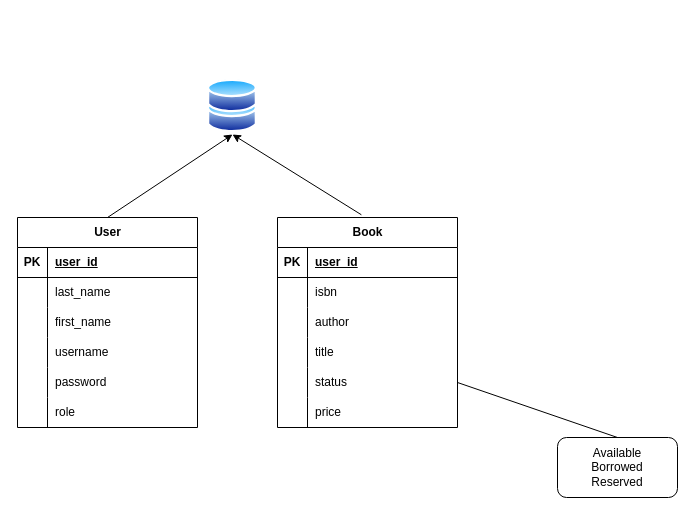
Before: library_system/librarysystemrevised.drawio in ellerib/AP3, a draw.io diagram. Source tidied: cells renumbered, new cells numbered last; positions are measured from the earlier drawing's top-left corner, leaving out a move shared by most shapes. Both pictures are drawn from the tidied source at 100%, with x=0, y=0 at pixel (17, 77).
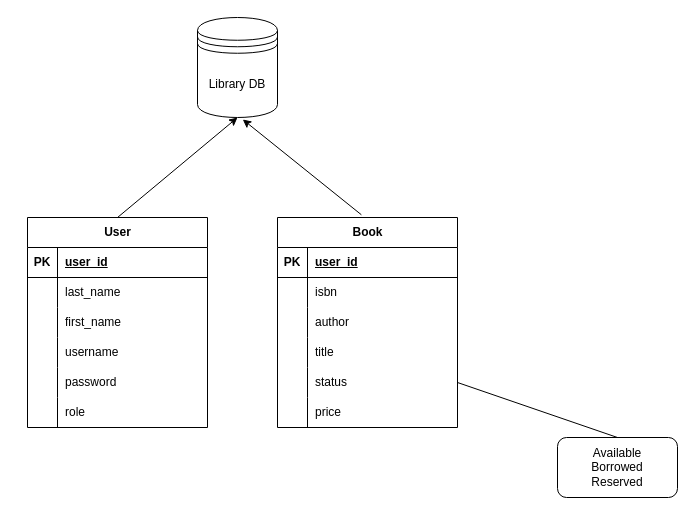
The same page after the edit.

The change refers to these unchanged cells:
```xml
<mxCell id="21" value="Book" style="shape=table;startSize=30;childLayout=tableLayout;rowLines=0;fontStyle=1;align=center;html=1;" parent="1" vertex="1">
  <mxGeometry x="260" y="140" width="180" height="210" as="geometry" />
</mxCell>
```

Diff of the diagram source:
```diff
@@
     <mxCell id="2" value="User" style="shape=table;startSize=30;childLayout=tableLayout;rowLines=0;fontStyle=1;align=center;html=1;" parent="1" vertex="1">
-      <mxGeometry y="140" width="180" height="210" as="geometry" />
+      <mxGeometry x="10" y="140" width="180" height="210" as="geometry" />
     </mxCell>
@@
-    <mxCell id="42" style="endArrow=classic;html=1;rounded=0;exitX=0.5;exitY=0;exitDx=0;exitDy=0;entryX=0.5;entryY=1;entryDx=0;entryDy=0;" parent="1" edge="1" source="2" target="44">
+    <mxCell id="42" style="endArrow=classic;html=1;rounded=0;exitX=0.5;exitY=0;exitDx=0;exitDy=0;entryX=0.5;entryY=1;entryDx=0;entryDy=0;" parent="1" edge="1" source="2" target="46">
       <mxGeometry relative="1" as="geometry" />
     </mxCell>
-    <mxCell id="43" style="endArrow=classic;html=1;rounded=0;exitX=0.466;exitY=-0.013;exitDx=0;exitDy=0;exitPerimeter=0;entryX=0.5;entryY=1;entryDx=0;entryDy=0;" parent="1" edge="1" source="21" target="44">
+    <mxCell id="43" style="endArrow=classic;html=1;rounded=0;exitX=0.466;exitY=-0.013;exitDx=0;exitDy=0;exitPerimeter=0;entryX=0.566;entryY=1.02;entryDx=0;entryDy=0;entryPerimeter=0;" parent="1" edge="1" source="21" target="46">
       <mxGeometry relative="1" as="geometry" />
     </mxCell>
-    <mxCell id="44" style="image;perimeter=ellipsePerimeter;html=1;align=center;shadow=0;dashed=0;spacingTop=3;image=img/lib/active_directory/database.svg;" parent="1" vertex="1">
-      <mxGeometry x="190" y="20" width="50" height="37" as="geometry" />
-    </mxCell>
-    <mxCell id="45" style="image;perimeter=ellipsePerimeter;html=1;align=center;shadow=0;dashed=0;spacingTop=3;image=img/lib/active_directory/database.svg;" parent="1" vertex="1">
-      <mxGeometry x="190" width="50" height="37" as="geometry" />
-    </mxCell>
+    <mxCell id="46" value="Library DB" style="shape=datastore;whiteSpace=wrap;html=1;" parent="1" vertex="1">
+      <mxGeometry x="180" y="-60" width="80" height="100" as="geometry" />
+    </mxCell>
```
